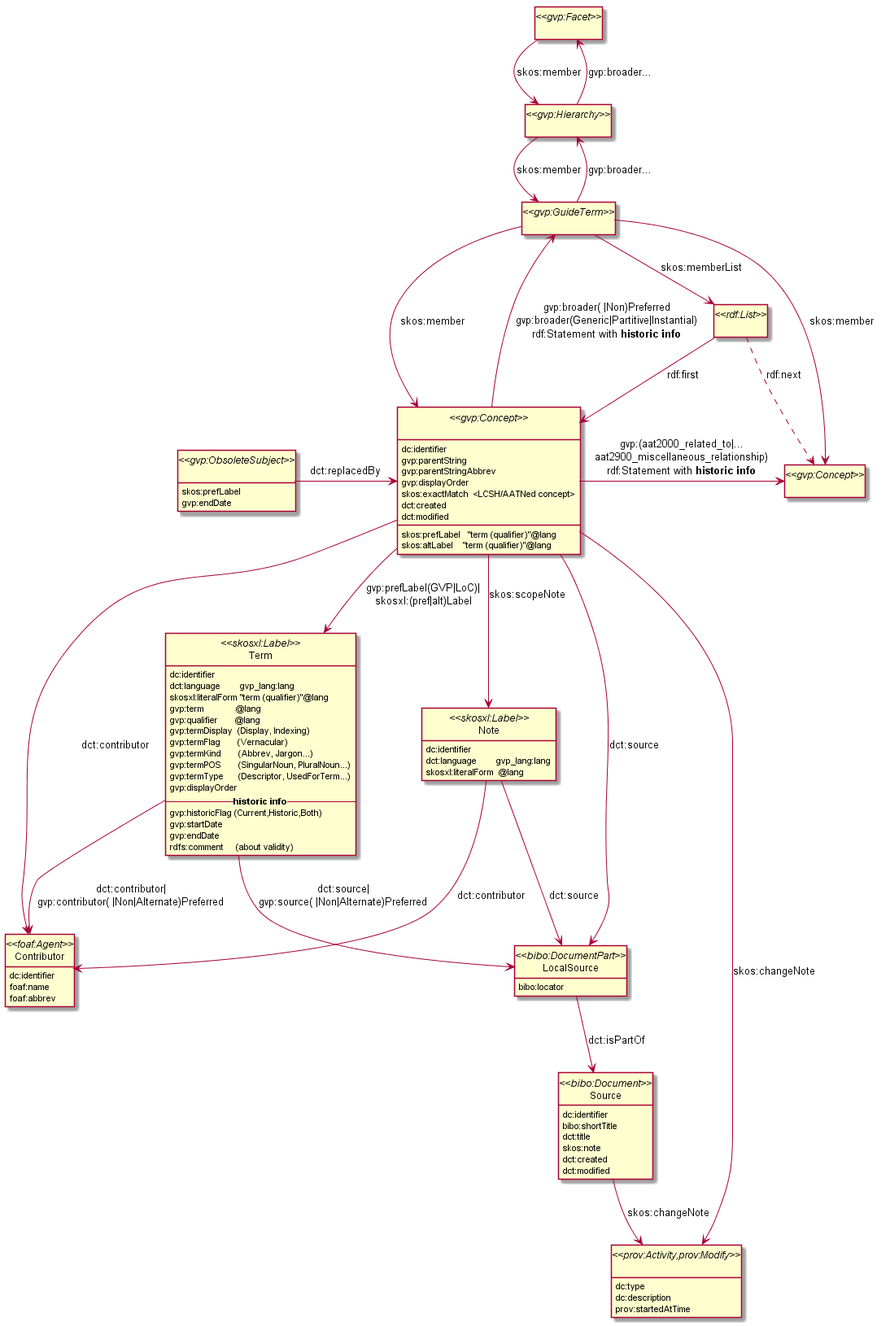
Before: aat/004-semantic-overview.png, a diagram exported from PlantUML (gerardbdn/VladimirAlexiev.github.io).
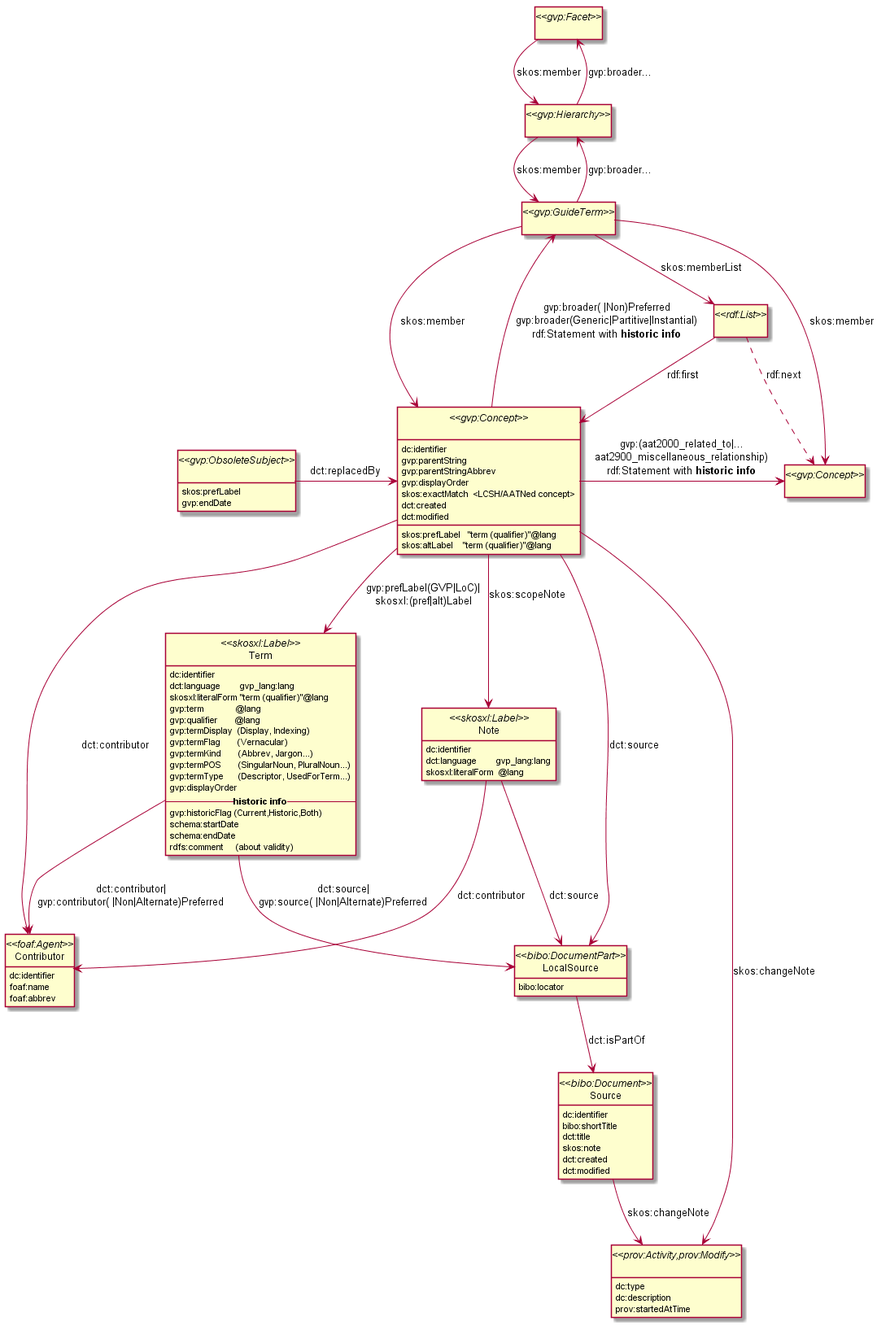
After the change.

What changed in the source:
```diff
@@ -48,8 +48,8 @@
   gvp:displayOrder
   -- <b>historic info</b> --
   gvp:historicFlag (Current,Historic,Both)
-  gvp:startDate
-  gvp:endDate
+  schema:startDate
+  schema:endDate
   rdfs:comment     (about validity)
 }
 
```
